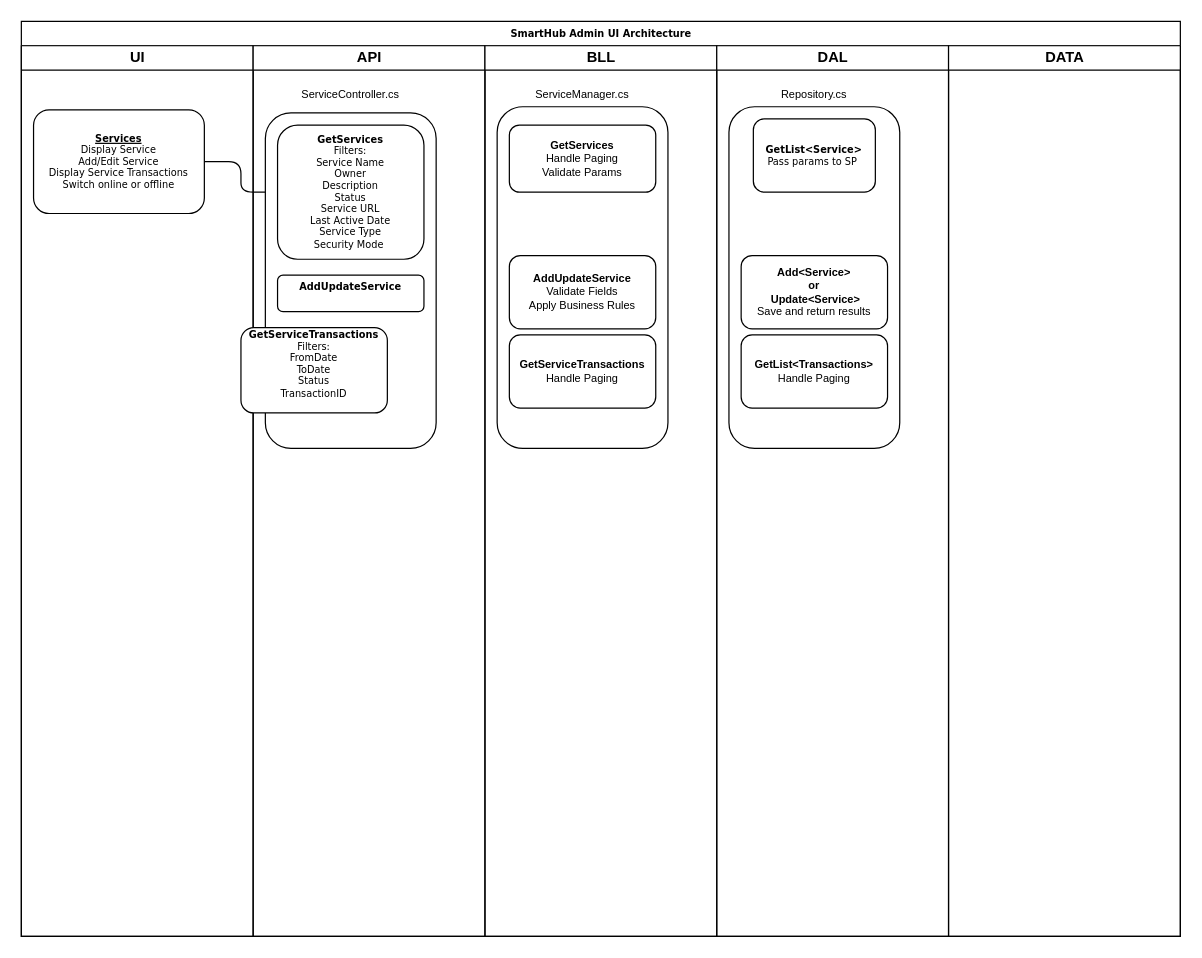
Earlier version of the draw.io diagram SHAdminUI-Architecture.drawio (Cyrolies/TigersFreightDocs). Source tidied: cells renumbered, new cells numbered last; positions are measured from the earlier drawing's top-left corner, leaving out a move shared by most shapes. Both pictures are drawn from the tidied source at 122%, with x=0, y=0 at pixel (21, 21).
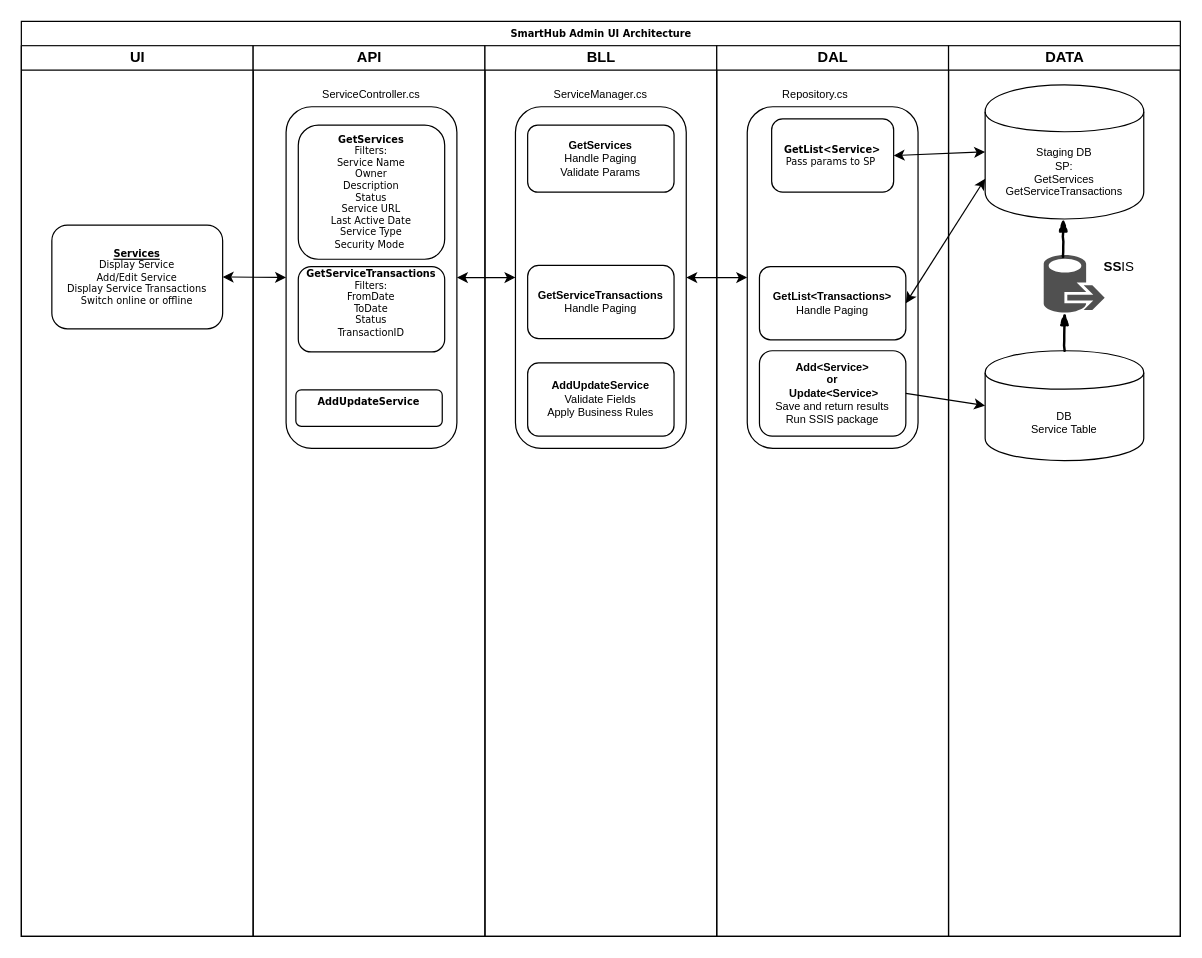
Above is the later version.

The change refers to these unchanged cells:
```xml
<mxCell id="2" value="SmartHub Admin UI Architecture" style="swimlane;html=1;startSize=20;rounded=0;shadow=0;labelBackgroundColor=none;strokeColor=#000000;strokeWidth=1;fillColor=#ffffff;fontFamily=Verdana;fontSize=8;fontColor=#000000;align=center;" parent="1" vertex="1">
  <mxGeometry width="950" height="750" as="geometry" />
</mxCell>
<mxCell id="3" value="UI" style="swimlane;html=1;startSize=20;" parent="2" vertex="1">
  <mxGeometry y="20" width="190" height="730" as="geometry" />
</mxCell>
<mxCell id="6" value="API" style="swimlane;html=1;startSize=20;" parent="2" vertex="1">
  <mxGeometry x="190" y="20" width="190" height="730" as="geometry" />
</mxCell>
<mxCell id="11" value="BLL" style="swimlane;html=1;startSize=20;" parent="2" vertex="1">
  <mxGeometry x="380" y="20" width="190" height="730" as="geometry" />
</mxCell>
<mxCell id="17" value="DAL" style="swimlane;html=1;startSize=20;" parent="2" vertex="1">
  <mxGeometry x="570" y="20" width="190" height="730" as="geometry" />
</mxCell>
```

Diff of the diagram source:
```diff
@@
     <mxCell id="4" value="&lt;b&gt;&lt;u&gt;Services&lt;/u&gt;&lt;/b&gt;&lt;br&gt;Display Service&lt;br&gt;Add/Edit Service&lt;br&gt;Display Service Transactions&lt;br&gt;Switch online or offline" style="rounded=1;whiteSpace=wrap;html=1;shadow=0;labelBackgroundColor=none;strokeColor=#000000;strokeWidth=1;fillColor=#ffffff;fontFamily=Verdana;fontSize=8;fontColor=#000000;align=center;" parent="3" vertex="1">
-      <mxGeometry x="10" y="52.5" width="140" height="85" as="geometry" />
+      <mxGeometry x="25" y="147" width="140" height="85" as="geometry" />
     </mxCell>
-    <mxCell id="5" style="edgeStyle=orthogonalEdgeStyle;rounded=1;html=1;labelBackgroundColor=none;startArrow=none;startFill=0;startSize=5;endArrow=classicThin;endFill=1;endSize=5;jettySize=auto;strokeColor=#000000;strokeWidth=1;fontFamily=Verdana;fontSize=8;fontColor=#000000;" parent="2" edge="1" source="4" target="8">
-      <mxGeometry relative="1" as="geometry" />
-    </mxCell>
@@
     <mxCell id="7" style="rounded=1;whiteSpace=wrap;html=1;fontSize=9;align=center;" parent="6" vertex="1">
-      <mxGeometry x="10" y="55" width="140" height="275" as="geometry" />
+      <mxGeometry x="27" y="50" width="140" height="280" as="geometry" />
     </mxCell>
     <mxCell id="8" value="&lt;b&gt;GetServices&lt;br&gt;&lt;/b&gt;Filters:&lt;br&gt;Service Name&lt;br&gt;Owner&lt;br&gt;Description&lt;br&gt;Status&lt;br&gt;Service URL&lt;br&gt;Last Active Date&lt;br&gt;Service Type&lt;br&gt;Security Mode&amp;nbsp;" style="rounded=1;whiteSpace=wrap;html=1;shadow=0;labelBackgroundColor=none;strokeColor=#000000;strokeWidth=1;fillColor=#ffffff;fontFamily=Verdana;fontSize=8;fontColor=#000000;align=center;" parent="6" vertex="1">
-      <mxGeometry x="20" y="65" width="120" height="110" as="geometry" />
+      <mxGeometry x="37" y="65" width="120" height="110" as="geometry" />
     </mxCell>
     <mxCell id="9" value="&lt;b&gt;AddUpdateService&lt;br&gt;&amp;nbsp;&lt;/b&gt;" style="rounded=1;whiteSpace=wrap;html=1;shadow=0;labelBackgroundColor=none;strokeColor=#000000;strokeWidth=1;fillColor=#ffffff;fontFamily=Verdana;fontSize=8;fontColor=#000000;align=center;verticalAlign=middle;" parent="6" vertex="1">
-      <mxGeometry x="20" y="188" width="120" height="30" as="geometry" />
+      <mxGeometry x="35" y="282" width="120" height="30" as="geometry" />
     </mxCell>
     <mxCell id="10" value="ServiceController.cs" style="text;html=1;strokeColor=none;fillColor=none;align=center;verticalAlign=middle;whiteSpace=wrap;rounded=0;fontSize=9;" parent="6" vertex="1">
-      <mxGeometry x="60" y="30" width="40" height="20" as="geometry" />
+      <mxGeometry x="77" y="30" width="40" height="20" as="geometry" />
     </mxCell>
+    <mxCell id="24" value="&lt;b&gt;GetServiceTransactions&lt;/b&gt;&lt;br&gt;Filters:&lt;br&gt;FromDate&lt;br&gt;ToDate&lt;br&gt;Status&lt;br&gt;TransactionID&lt;br&gt;&amp;nbsp;" style="rounded=1;whiteSpace=wrap;html=1;shadow=0;labelBackgroundColor=none;strokeColor=#000000;strokeWidth=1;fillColor=#ffffff;fontFamily=Verdana;fontSize=8;fontColor=#000000;align=center;verticalAlign=middle;" parent="6" vertex="1">
+      <mxGeometry x="37" y="181" width="120" height="70" as="geometry" />
+    </mxCell>
@@
     <mxCell id="12" style="rounded=1;whiteSpace=wrap;html=1;shadow=0;labelBackgroundColor=none;strokeColor=#000000;strokeWidth=1;fillColor=#ffffff;fontFamily=Verdana;fontSize=8;fontColor=#000000;align=center;" parent="11" vertex="1">
-      <mxGeometry x="10" y="50" width="140" height="280" as="geometry" />
+      <mxGeometry x="25" y="50" width="140" height="280" as="geometry" />
     </mxCell>
     <mxCell id="13" value="ServiceManager.cs" style="text;html=1;strokeColor=none;fillColor=none;align=center;verticalAlign=middle;whiteSpace=wrap;rounded=0;fontSize=9;" parent="11" vertex="1">
-      <mxGeometry x="60" y="30" width="40" height="20" as="geometry" />
+      <mxGeometry x="75" y="30" width="40" height="20" as="geometry" />
     </mxCell>
     <mxCell id="14" value="&lt;b&gt;GetServices&lt;/b&gt;&lt;br&gt;Handle Paging&lt;br&gt;Validate Params" style="rounded=1;whiteSpace=wrap;html=1;fontSize=9;align=center;" parent="11" vertex="1">
-      <mxGeometry x="20" y="65" width="120" height="55" as="geometry" />
+      <mxGeometry x="35" y="65" width="120" height="55" as="geometry" />
     </mxCell>
     <mxCell id="15" value="&lt;b&gt;AddUpdateService&lt;/b&gt;&lt;br&gt;Validate Fields&lt;br&gt;Apply Business Rules" style="rounded=1;whiteSpace=wrap;html=1;fontSize=9;align=center;" parent="11" vertex="1">
-      <mxGeometry x="20" y="172" width="120" height="60" as="geometry" />
+      <mxGeometry x="35" y="260" width="120" height="60" as="geometry" />
     </mxCell>
     <mxCell id="16" value="&lt;b&gt;GetServiceTransactions&lt;/b&gt;&lt;br&gt;Handle Paging" style="rounded=1;whiteSpace=wrap;html=1;fontSize=9;align=center;" parent="11" vertex="1">
-      <mxGeometry x="20" y="237" width="120" height="60" as="geometry" />
+      <mxGeometry x="35" y="180" width="120" height="60" as="geometry" />
     </mxCell>
@@
     <mxCell id="18" style="rounded=1;whiteSpace=wrap;html=1;fontSize=9;align=center;" parent="17" vertex="1">
-      <mxGeometry x="10" y="50" width="140" height="280" as="geometry" />
+      <mxGeometry x="25" y="50" width="140" height="280" as="geometry" />
     </mxCell>
     <mxCell id="19" value="&lt;b&gt;GetList&amp;lt;Service&amp;gt;&lt;br&gt;&lt;/b&gt;Pass params to SP&amp;nbsp;" style="rounded=1;whiteSpace=wrap;html=1;shadow=0;labelBackgroundColor=none;strokeColor=#000000;strokeWidth=1;fillColor=#ffffff;fontFamily=Verdana;fontSize=8;fontColor=#000000;align=center;" parent="17" vertex="1">
-      <mxGeometry x="30" y="60" width="100" height="60" as="geometry" />
+      <mxGeometry x="45" y="60" width="100" height="60" as="geometry" />
     </mxCell>
-    <mxCell id="20" value="&lt;b&gt;Add&amp;lt;Service&amp;gt; &lt;br&gt;or&lt;br&gt;&amp;nbsp;Update&amp;lt;Service&amp;gt;&lt;/b&gt;&lt;br&gt;Save and return results" style="rounded=1;whiteSpace=wrap;html=1;fontSize=9;align=center;" parent="17" vertex="1">
-      <mxGeometry x="20" y="172" width="120" height="60" as="geometry" />
+    <mxCell id="20" value="&lt;b&gt;Add&amp;lt;Service&amp;gt; &lt;br&gt;or&lt;br&gt;&amp;nbsp;Update&amp;lt;Service&amp;gt;&lt;/b&gt;&lt;br&gt;Save and return results&lt;br&gt;Run SSIS package" style="rounded=1;whiteSpace=wrap;html=1;fontSize=9;align=center;" parent="17" vertex="1">
+      <mxGeometry x="35" y="250" width="120" height="70" as="geometry" />
     </mxCell>
     <mxCell id="21" value="&lt;b&gt;GetList&amp;lt;Transactions&amp;gt;&lt;/b&gt;&lt;br&gt;Handle Paging" style="rounded=1;whiteSpace=wrap;html=1;fontSize=9;align=center;" parent="17" vertex="1">
-      <mxGeometry x="20" y="237" width="120" height="60" as="geometry" />
+      <mxGeometry x="35" y="181" width="120" height="60" as="geometry" />
     </mxCell>
     <mxCell id="22" value="Repository.cs" style="text;html=1;strokeColor=none;fillColor=none;align=center;verticalAlign=middle;whiteSpace=wrap;rounded=0;fontSize=9;" parent="17" vertex="1">
-      <mxGeometry x="60" y="30" width="40" height="20" as="geometry" />
+      <mxGeometry x="61" y="30" width="40" height="20" as="geometry" />
     </mxCell>
-    <mxCell id="23" value="DATA" style="swimlane;html=1;startSize=20;" parent="2" vertex="1">
+    <mxCell id="23" value="DATA" style="swimlane;html=1;startSize=20;align=center;" parent="2" vertex="1">
       <mxGeometry x="760" y="20" width="190" height="730" as="geometry" />
     </mxCell>
-    <mxCell id="24" value="&lt;b&gt;GetServiceTransactions&lt;/b&gt;&lt;br&gt;Filters:&lt;br&gt;FromDate&lt;br&gt;ToDate&lt;br&gt;Status&lt;br&gt;TransactionID&lt;br&gt;&amp;nbsp;" style="rounded=1;whiteSpace=wrap;html=1;shadow=0;labelBackgroundColor=none;strokeColor=#000000;strokeWidth=1;fillColor=#ffffff;fontFamily=Verdana;fontSize=8;fontColor=#000000;align=center;verticalAlign=middle;" parent="1" vertex="1">
-      <mxGeometry x="180" y="251" width="120" height="70" as="geometry" />
-    </mxCell>
+    <mxCell id="25" value="Staging DB&lt;br&gt;SP:&lt;br&gt;GetServices&lt;br&gt;GetServiceTransactions" style="shape=cylinder;whiteSpace=wrap;html=1;boundedLbl=1;backgroundOutline=1;fontSize=9;align=center;" parent="23" vertex="1">
+      <mxGeometry x="30" y="32" width="130" height="110" as="geometry" />
+    </mxCell>
+    <mxCell id="26" value="DB&lt;br&gt;Service Table" style="shape=cylinder;whiteSpace=wrap;html=1;boundedLbl=1;backgroundOutline=1;fontSize=9;align=center;" parent="23" vertex="1">
+      <mxGeometry x="30" y="250" width="130" height="90" as="geometry" />
+    </mxCell>
+    <mxCell id="27" style="shadow=0;dashed=0;html=1;strokeColor=none;labelPosition=center;verticalLabelPosition=bottom;verticalAlign=top;align=center;shape=mxgraph.mscae.intune.data_migration_wizard;fillColor=#505050;fontSize=9;" parent="23" vertex="1">
+      <mxGeometry x="78" y="171" width="50" height="48" as="geometry" />
+    </mxCell>
+    <mxCell id="28" style="rounded=0;comic=1;strokeWidth=2;endArrow=blockThin;html=1;fontFamily=Comic Sans MS;fontStyle=1;exitX=0.5;exitY=0;exitDx=0;exitDy=0;entryX=0.34;entryY=0.995;entryDx=0;entryDy=0;entryPerimeter=0;" parent="23" edge="1" source="26" target="27">
+      <mxGeometry relative="1" as="geometry" />
+    </mxCell>
+    <mxCell id="29" value="&lt;font style=&quot;font-size: 11px&quot;&gt;&lt;b&gt;SS&lt;/b&gt;IS&lt;/font&gt;" style="text;html=1;strokeColor=none;fillColor=none;align=center;verticalAlign=middle;whiteSpace=wrap;rounded=0;fontSize=9;" parent="23" vertex="1">
+      <mxGeometry x="120" y="171" width="40" height="20" as="geometry" />
+    </mxCell>
+    <mxCell id="30" style="endArrow=classic;startArrow=classic;html=1;fontSize=9;entryX=0;entryY=0.5;entryDx=0;entryDy=0;exitX=1;exitY=0.5;exitDx=0;exitDy=0;" parent="2" edge="1" source="4" target="7">
+      <mxGeometry relative="1" as="geometry" />
+    </mxCell>
+    <mxCell id="31" style="endArrow=classic;startArrow=classic;html=1;fontSize=9;entryX=0;entryY=0.5;entryDx=0;entryDy=0;exitX=1;exitY=0.5;exitDx=0;exitDy=0;" parent="2" edge="1" source="7" target="12">
+      <mxGeometry relative="1" as="geometry" />
+    </mxCell>
+    <mxCell id="32" style="endArrow=classic;startArrow=classic;html=1;fontSize=9;entryX=0;entryY=0.5;entryDx=0;entryDy=0;exitX=1;exitY=0.5;exitDx=0;exitDy=0;" parent="2" edge="1" source="12" target="18">
+      <mxGeometry relative="1" as="geometry" />
+    </mxCell>
+    <mxCell id="33" style="endArrow=classic;html=1;fontSize=9;entryX=0;entryY=0.5;entryDx=0;entryDy=0;exitX=1;exitY=0.5;exitDx=0;exitDy=0;" parent="2" edge="1" source="20" target="26">
+      <mxGeometry relative="1" as="geometry" />
+    </mxCell>
+    <mxCell id="34" style="endArrow=classic;startArrow=classic;html=1;fontSize=9;entryX=0;entryY=0.5;entryDx=0;entryDy=0;exitX=1;exitY=0.5;exitDx=0;exitDy=0;" parent="2" edge="1" source="19" target="25">
+      <mxGeometry relative="1" as="geometry" />
+    </mxCell>
+    <mxCell id="35" style="endArrow=classic;startArrow=classic;html=1;fontSize=9;entryX=0;entryY=0.7;entryDx=0;entryDy=0;exitX=1;exitY=0.5;exitDx=0;exitDy=0;" parent="2" edge="1" source="21" target="25">
+      <mxGeometry relative="1" as="geometry" />
+    </mxCell>
+    <mxCell id="36" style="rounded=0;comic=1;strokeWidth=2;endArrow=blockThin;html=1;fontFamily=Comic Sans MS;fontStyle=1;exitX=0.5;exitY=0;exitDx=0;exitDy=0;entryX=0.34;entryY=0.995;entryDx=0;entryDy=0;entryPerimeter=0;" parent="1" edge="1">
+      <mxGeometry relative="1" as="geometry">
+        <mxPoint x="854" y="193" as="sourcePoint" />
+        <mxPoint x="854" y="162" as="targetPoint" />
+      </mxGeometry>
+    </mxCell>
```
